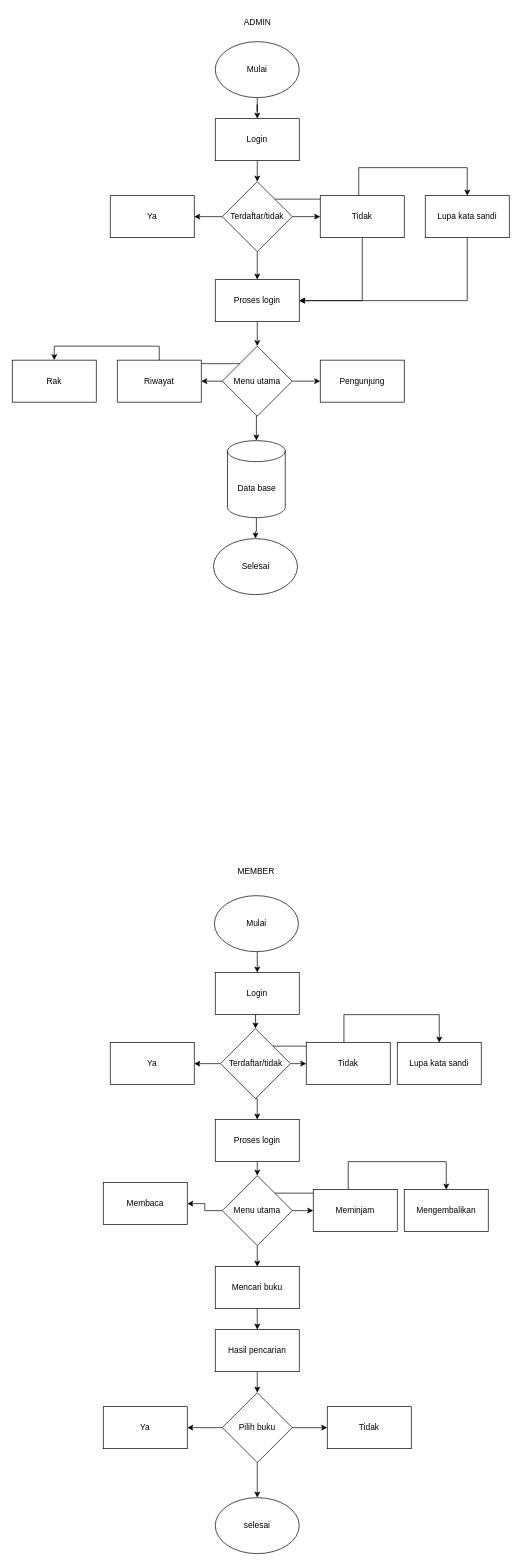
Above: alursistem.drawio in 26radit/Flowchartt (draw.io), before the change. Source tidied: cells renumbered, new cells numbered last; positions are measured from the earlier drawing's top-left corner, leaving out a move shared by most shapes. Both pictures are drawn from the tidied source at 70%, with x=0, y=0 at pixel (12, 12).
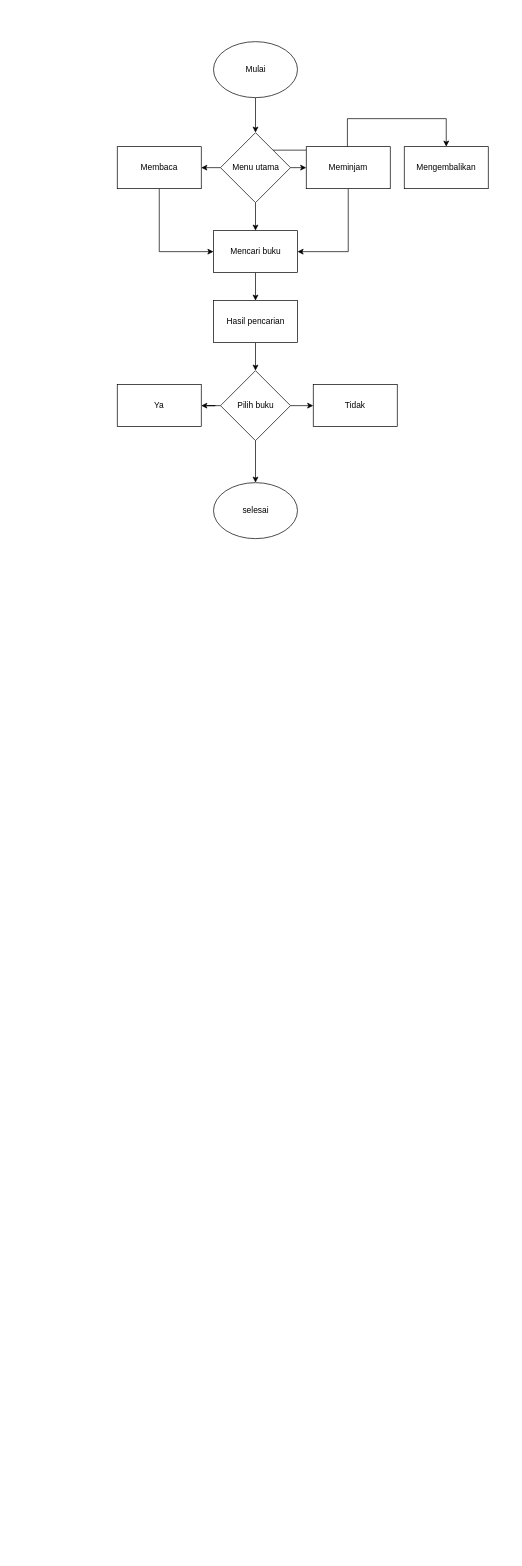
Above is the later version.

What changed in the source:
```diff
@@
-    <mxCell id="2" style="edgeStyle=orthogonalEdgeStyle;rounded=0;jettySize=auto;html=1;exitX=0.5;exitY=1;exitDx=0;exitDy=0;" parent="1" edge="1" source="3" target="5">
-      <mxGeometry relative="1" as="geometry" />
-    </mxCell>
-    <mxCell id="3" value="Mulai" style="ellipse;whiteSpace=wrap;html=1;" parent="1" vertex="1">
-      <mxGeometry x="290" y="42" width="120" height="80" as="geometry" />
-    </mxCell>
-    <mxCell id="4" style="edgeStyle=orthogonalEdgeStyle;rounded=0;jettySize=auto;html=1;exitX=0.5;exitY=1;exitDx=0;exitDy=0;entryX=0.5;entryY=0;entryDx=0;entryDy=0;" parent="1" edge="1" source="5" target="10">
-      <mxGeometry relative="1" as="geometry" />
-    </mxCell>
-    <mxCell id="5" value="Login" style="rounded=0;whiteSpace=wrap;html=1;" parent="1" vertex="1">
-      <mxGeometry x="290" y="152" width="120" height="60" as="geometry" />
-    </mxCell>
-    <mxCell id="6" style="edgeStyle=orthogonalEdgeStyle;rounded=0;jettySize=auto;html=1;exitX=1;exitY=0.5;exitDx=0;exitDy=0;entryX=0;entryY=0.5;entryDx=0;entryDy=0;" parent="1" edge="1" source="10" target="13">
-      <mxGeometry relative="1" as="geometry" />
-    </mxCell>
-    <mxCell id="7" style="edgeStyle=orthogonalEdgeStyle;rounded=0;jettySize=auto;html=1;exitX=1;exitY=0;exitDx=0;exitDy=0;entryX=0.5;entryY=0;entryDx=0;entryDy=0;" parent="1" edge="1" source="10" target="15">
-      <mxGeometry relative="1" as="geometry" />
-    </mxCell>
-    <mxCell id="8" style="edgeStyle=orthogonalEdgeStyle;rounded=0;jettySize=auto;html=1;exitX=0;exitY=0.5;exitDx=0;exitDy=0;entryX=1;entryY=0.5;entryDx=0;entryDy=0;" parent="1" edge="1" source="10" target="11">
-      <mxGeometry relative="1" as="geometry" />
-    </mxCell>
-    <mxCell id="9" style="edgeStyle=orthogonalEdgeStyle;rounded=0;jettySize=auto;html=1;exitX=0.5;exitY=1;exitDx=0;exitDy=0;entryX=0.5;entryY=0;entryDx=0;entryDy=0;" parent="1" edge="1" source="10" target="17">
-      <mxGeometry relative="1" as="geometry" />
-    </mxCell>
-    <mxCell id="10" value="Terdaftar/tidak" style="rhombus;whiteSpace=wrap;html=1;" parent="1" vertex="1">
-      <mxGeometry x="300" y="242" width="100" height="100" as="geometry" />
-    </mxCell>
-    <mxCell id="11" value="Ya" style="rounded=0;whiteSpace=wrap;html=1;" parent="1" vertex="1">
-      <mxGeometry x="140" y="262" width="120" height="60" as="geometry" />
-    </mxCell>
-    <mxCell id="12" style="edgeStyle=orthogonalEdgeStyle;rounded=0;jettySize=auto;html=1;exitX=0.5;exitY=1;exitDx=0;exitDy=0;entryX=1;entryY=0.5;entryDx=0;entryDy=0;" parent="1" edge="1" source="13" target="17">
-      <mxGeometry relative="1" as="geometry" />
-    </mxCell>
-    <mxCell id="13" value="Tidak" style="rounded=0;whiteSpace=wrap;html=1;" parent="1" vertex="1">
-      <mxGeometry x="440" y="262" width="120" height="60" as="geometry" />
-    </mxCell>
-    <mxCell id="14" style="edgeStyle=orthogonalEdgeStyle;rounded=0;jettySize=auto;html=1;exitX=0.5;exitY=1;exitDx=0;exitDy=0;entryX=1;entryY=0.5;entryDx=0;entryDy=0;" parent="1" edge="1" source="15" target="17">
-      <mxGeometry relative="1" as="geometry" />
-    </mxCell>
-    <mxCell id="15" value="Lupa kata sandi" style="rounded=0;whiteSpace=wrap;html=1;" parent="1" vertex="1">
-      <mxGeometry x="590" y="262" width="120" height="60" as="geometry" />
-    </mxCell>
-    <mxCell id="16" style="edgeStyle=orthogonalEdgeStyle;rounded=0;jettySize=auto;html=1;exitX=0.5;exitY=1;exitDx=0;exitDy=0;entryX=0.5;entryY=0;entryDx=0;entryDy=0;" parent="1" edge="1" source="17" target="21">
-      <mxGeometry relative="1" as="geometry" />
-    </mxCell>
-    <mxCell id="17" value="Proses login" style="rounded=0;whiteSpace=wrap;html=1;" parent="1" vertex="1">
-      <mxGeometry x="290" y="382" width="120" height="60" as="geometry" />
-    </mxCell>
-    <mxCell id="18" style="edgeStyle=orthogonalEdgeStyle;rounded=0;jettySize=auto;html=1;exitX=1;exitY=0.5;exitDx=0;exitDy=0;entryX=0;entryY=0.5;entryDx=0;entryDy=0;" parent="1" edge="1" source="21" target="24">
-      <mxGeometry relative="1" as="geometry" />
-    </mxCell>
-    <mxCell id="19" style="edgeStyle=orthogonalEdgeStyle;rounded=0;jettySize=auto;html=1;exitX=0;exitY=0.5;exitDx=0;exitDy=0;entryX=1;entryY=0.5;entryDx=0;entryDy=0;" parent="1" edge="1" source="21" target="22">
-      <mxGeometry relative="1" as="geometry" />
-    </mxCell>
-    <mxCell id="20" style="edgeStyle=orthogonalEdgeStyle;rounded=0;jettySize=auto;html=1;exitX=0;exitY=0;exitDx=0;exitDy=0;entryX=0.5;entryY=0;entryDx=0;entryDy=0;" parent="1" edge="1" source="21" target="23">
-      <mxGeometry relative="1" as="geometry" />
-    </mxCell>
-    <mxCell id="21" value="Menu utama" style="rhombus;whiteSpace=wrap;html=1;" parent="1" vertex="1">
-      <mxGeometry x="300" y="477" width="100" height="100" as="geometry" />
-    </mxCell>
-    <mxCell id="22" value="Riwayat" style="rounded=0;whiteSpace=wrap;html=1;" parent="1" vertex="1">
-      <mxGeometry x="150" y="497" width="120" height="60" as="geometry" />
-    </mxCell>
-    <mxCell id="23" value="Rak" style="rounded=0;whiteSpace=wrap;html=1;" parent="1" vertex="1">
-      <mxGeometry y="497" width="120" height="60" as="geometry" />
-    </mxCell>
-    <mxCell id="24" value="Pengunjung" style="rounded=0;whiteSpace=wrap;html=1;" parent="1" vertex="1">
-      <mxGeometry x="440" y="497" width="120" height="60" as="geometry" />
-    </mxCell>
-    <mxCell id="25" value="Selesai" style="ellipse;whiteSpace=wrap;html=1;" parent="1" vertex="1">
-      <mxGeometry x="287.5" y="752" width="120" height="80" as="geometry" />
-    </mxCell>
-    <mxCell id="26" value="ADMIN" style="text;html=1;align=center;verticalAlign=middle;strokeColor=none;fillColor=none;" parent="1" vertex="1">
-      <mxGeometry x="320" width="60" height="30" as="geometry" />
-    </mxCell>
-    <mxCell id="27" style="edgeStyle=orthogonalEdgeStyle;rounded=0;jettySize=auto;html=1;exitX=0.5;exitY=1;exitDx=0;exitDy=0;entryX=0.5;entryY=0;entryDx=0;entryDy=0;" parent="1" edge="1" source="28" target="31">
-      <mxGeometry relative="1" as="geometry" />
-    </mxCell>
+    <mxCell id="64" style="edgeStyle=orthogonalEdgeStyle;rounded=0;jettySize=auto;html=1;exitX=0.5;exitY=1;exitDx=0;exitDy=0;entryX=0.5;entryY=0;entryDx=0;entryDy=0;" parent="1" edge="1" source="28" target="47">
+      <mxGeometry relative="1" as="geometry" />
+    </mxCell>
     <mxCell id="28" value="Mulai" style="ellipse;whiteSpace=wrap;html=1;" parent="1" vertex="1">
-      <mxGeometry x="288.8" y="1262" width="120" height="80" as="geometry" />
+      <mxGeometry x="287.5" y="42" width="120" height="80" as="geometry" />
     </mxCell>
-    <mxCell id="29" value="MEMBER" style="text;html=1;align=center;verticalAlign=middle;strokeColor=none;fillColor=none;" parent="1" vertex="1">
-      <mxGeometry x="307.5" y="1212" width="80" height="30" as="geometry" />
-    </mxCell>
-    <mxCell id="30" style="edgeStyle=orthogonalEdgeStyle;rounded=0;jettySize=auto;html=1;exitX=0.5;exitY=1;exitDx=0;exitDy=0;entryX=0.5;entryY=0;entryDx=0;entryDy=0;" parent="1" edge="1" source="31" target="36">
-      <mxGeometry relative="1" as="geometry" />
-    </mxCell>
-    <mxCell id="31" value="Login" style="rounded=0;whiteSpace=wrap;html=1;" parent="1" vertex="1">
-      <mxGeometry x="290" y="1372" width="120" height="60" as="geometry" />
-    </mxCell>
-    <mxCell id="32" style="edgeStyle=orthogonalEdgeStyle;rounded=0;jettySize=auto;html=1;exitX=1;exitY=0.5;exitDx=0;exitDy=0;entryX=0;entryY=0.5;entryDx=0;entryDy=0;" parent="1" edge="1" source="36" target="38">
-      <mxGeometry relative="1" as="geometry" />
-    </mxCell>
-    <mxCell id="33" style="edgeStyle=orthogonalEdgeStyle;rounded=0;jettySize=auto;html=1;exitX=1;exitY=0;exitDx=0;exitDy=0;entryX=0.5;entryY=0;entryDx=0;entryDy=0;" parent="1" edge="1" source="36" target="39">
-      <mxGeometry relative="1" as="geometry" />
-    </mxCell>
-    <mxCell id="34" style="edgeStyle=orthogonalEdgeStyle;rounded=0;jettySize=auto;html=1;exitX=0;exitY=0.5;exitDx=0;exitDy=0;entryX=1;entryY=0.5;entryDx=0;entryDy=0;" parent="1" edge="1" source="36" target="37">
-      <mxGeometry relative="1" as="geometry" />
-    </mxCell>
-    <mxCell id="35" style="edgeStyle=orthogonalEdgeStyle;rounded=0;jettySize=auto;html=1;exitX=0.5;exitY=1;exitDx=0;exitDy=0;entryX=0.5;entryY=0;entryDx=0;entryDy=0;" parent="1" edge="1" source="36" target="41">
-      <mxGeometry relative="1" as="geometry" />
-    </mxCell>
-    <mxCell id="36" value="Terdaftar/tidak" style="rhombus;whiteSpace=wrap;html=1;" parent="1" vertex="1">
-      <mxGeometry x="297.5" y="1452" width="100" height="100" as="geometry" />
-    </mxCell>
-    <mxCell id="37" value="Ya" style="rounded=0;whiteSpace=wrap;html=1;" parent="1" vertex="1">
-      <mxGeometry x="140" y="1472" width="120" height="60" as="geometry" />
-    </mxCell>
-    <mxCell id="38" value="Tidak" style="rounded=0;whiteSpace=wrap;html=1;" parent="1" vertex="1">
-      <mxGeometry x="420" y="1472" width="120" height="60" as="geometry" />
-    </mxCell>
-    <mxCell id="39" value="Lupa kata sandi" style="rounded=0;whiteSpace=wrap;html=1;" parent="1" vertex="1">
-      <mxGeometry x="550" y="1472" width="120" height="60" as="geometry" />
-    </mxCell>
-    <mxCell id="40" style="edgeStyle=orthogonalEdgeStyle;rounded=0;jettySize=auto;html=1;exitX=0.5;exitY=1;exitDx=0;exitDy=0;entryX=0.5;entryY=0;entryDx=0;entryDy=0;" parent="1" edge="1" source="41" target="47">
-      <mxGeometry relative="1" as="geometry" />
-    </mxCell>
-    <mxCell id="41" value="Proses login" style="rounded=0;whiteSpace=wrap;html=1;" parent="1" vertex="1">
-      <mxGeometry x="290" y="1582" width="120" height="60" as="geometry" />
-    </mxCell>
+    <mxCell id="65" style="edgeStyle=orthogonalEdgeStyle;rounded=0;jettySize=auto;html=1;exitX=0.5;exitY=1;exitDx=0;exitDy=0;entryX=0;entryY=0.5;entryDx=0;entryDy=0;" parent="1" edge="1" source="42" target="51">
+      <mxGeometry relative="1" as="geometry" />
+    </mxCell>
     <mxCell id="42" value="Membaca" style="rounded=0;whiteSpace=wrap;html=1;" parent="1" vertex="1">
-      <mxGeometry x="130" y="1672" width="120" height="60" as="geometry" />
+      <mxGeometry x="150" y="192" width="120" height="60" as="geometry" />
     </mxCell>
@@
     <mxCell id="47" value="Menu utama" style="rhombus;whiteSpace=wrap;html=1;" parent="1" vertex="1">
-      <mxGeometry x="300" y="1662" width="100" height="100" as="geometry" />
+      <mxGeometry x="297.5" y="172" width="100" height="100" as="geometry" />
     </mxCell>
+    <mxCell id="66" style="edgeStyle=orthogonalEdgeStyle;rounded=0;jettySize=auto;html=1;exitX=0.5;exitY=1;exitDx=0;exitDy=0;entryX=1;entryY=0.5;entryDx=0;entryDy=0;" parent="1" edge="1" source="48" target="51">
+      <mxGeometry relative="1" as="geometry" />
+    </mxCell>
     <mxCell id="48" value="Meminjam" style="rounded=0;whiteSpace=wrap;html=1;" parent="1" vertex="1">
-      <mxGeometry x="430" y="1682" width="120" height="60" as="geometry" />
+      <mxGeometry x="420" y="192" width="120" height="60" as="geometry" />
     </mxCell>
     <mxCell id="49" value="Mengembalikan" style="rounded=0;whiteSpace=wrap;html=1;" parent="1" vertex="1">
-      <mxGeometry x="560" y="1682" width="120" height="60" as="geometry" />
+      <mxGeometry x="560" y="192" width="120" height="60" as="geometry" />
     </mxCell>
@@
     <mxCell id="51" value="Mencari buku" style="rounded=0;whiteSpace=wrap;html=1;" parent="1" vertex="1">
-      <mxGeometry x="290" y="1792" width="120" height="60" as="geometry" />
+      <mxGeometry x="287.5" y="312" width="120" height="60" as="geometry" />
     </mxCell>
@@
     <mxCell id="53" value="Hasil pencarian" style="rounded=0;whiteSpace=wrap;html=1;" parent="1" vertex="1">
-      <mxGeometry x="290" y="1882" width="120" height="60" as="geometry" />
+      <mxGeometry x="287.5" y="412" width="120" height="60" as="geometry" />
     </mxCell>
@@
     <mxCell id="57" value="Pilih buku" style="rhombus;whiteSpace=wrap;html=1;" parent="1" vertex="1">
-      <mxGeometry x="300" y="1972" width="100" height="100" as="geometry" />
+      <mxGeometry x="297.5" y="512" width="100" height="100" as="geometry" />
     </mxCell>
     <mxCell id="58" value="Tidak" style="rounded=0;whiteSpace=wrap;html=1;" parent="1" vertex="1">
-      <mxGeometry x="450" y="1992" width="120" height="60" as="geometry" />
+      <mxGeometry x="430" y="532" width="120" height="60" as="geometry" />
     </mxCell>
     <mxCell id="59" value="Ya" style="rounded=0;whiteSpace=wrap;html=1;" parent="1" vertex="1">
-      <mxGeometry x="130" y="1992" width="120" height="60" as="geometry" />
+      <mxGeometry x="150" y="532" width="120" height="60" as="geometry" />
     </mxCell>
     <mxCell id="60" value="selesai" style="ellipse;whiteSpace=wrap;html=1;" parent="1" vertex="1">
-      <mxGeometry x="290" y="2122" width="120" height="80" as="geometry" />
+      <mxGeometry x="287.5" y="672" width="120" height="80" as="geometry" />
     </mxCell>
-    <mxCell id="61" style="edgeStyle=orthogonalEdgeStyle;rounded=0;jettySize=auto;html=1;exitX=0.5;exitY=1;exitDx=0;exitDy=0;exitPerimeter=0;" parent="1" edge="1" source="62" target="25">
-      <mxGeometry relative="1" as="geometry" />
-    </mxCell>
-    <mxCell id="62" value="Data base" style="shape=cylinder3;whiteSpace=wrap;html=1;boundedLbl=1;backgroundOutline=1;size=15;" parent="1" vertex="1">
-      <mxGeometry x="307.5" y="612" width="82.5" height="110" as="geometry" />
-    </mxCell>
-    <mxCell id="63" style="edgeStyle=orthogonalEdgeStyle;rounded=0;jettySize=auto;html=1;exitX=0.5;exitY=1;exitDx=0;exitDy=0;entryX=0.5;entryY=0;entryDx=0;entryDy=0;entryPerimeter=0;" parent="1" edge="1" source="21" target="62">
-      <mxGeometry relative="1" as="geometry" />
-    </mxCell>
```
